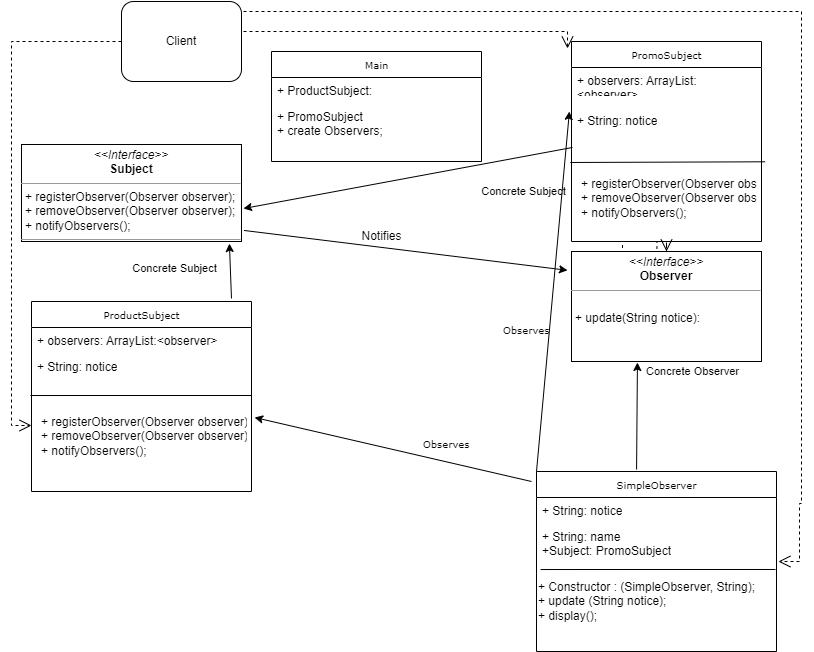
Above: Assign5Part1Class.drawio.png in jimmyjazz31/CS665Assign5 (draw.io), before the change. Source tidied: cells renumbered, new cells last; positions are measured from the earlier drawing's top-left corner, leaving out a move shared by most shapes.
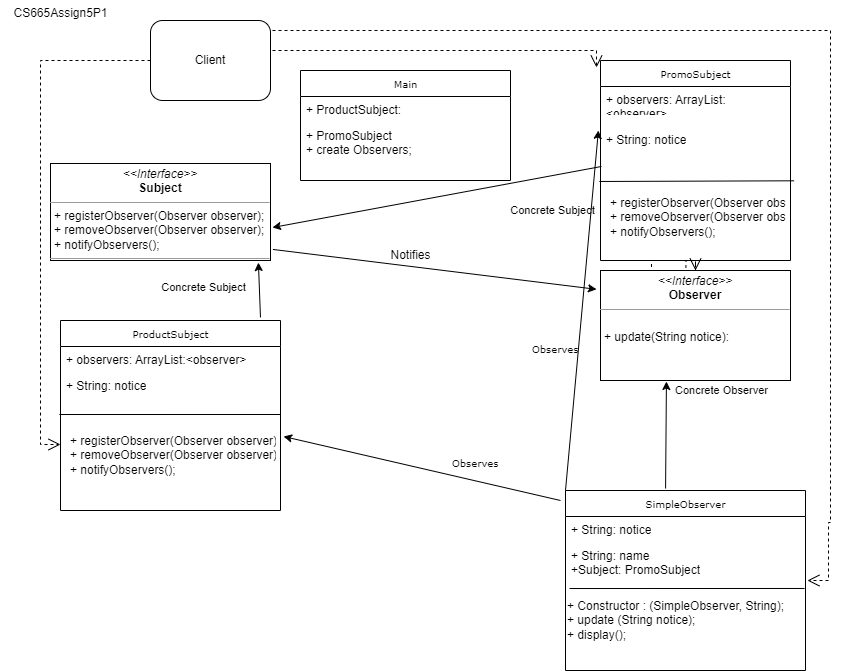
After the commit.

Change to the diagram source:
```diff
@@ -148,5 +148,8 @@
         </Array>
       </mxGeometry>
     </mxCell>
+    <mxCell id="40" value="CS665Assign5P1&lt;div&gt;&lt;br&gt;&lt;/div&gt;" style="text;html=1;align=center;verticalAlign=middle;strokeColor=none;fillColor=none;" parent="1" vertex="1">
+      <mxGeometry x="-40" y="-20" width="120" height="40" as="geometry" />
+    </mxCell>
   </root>
 </mxGraphModel>
```
